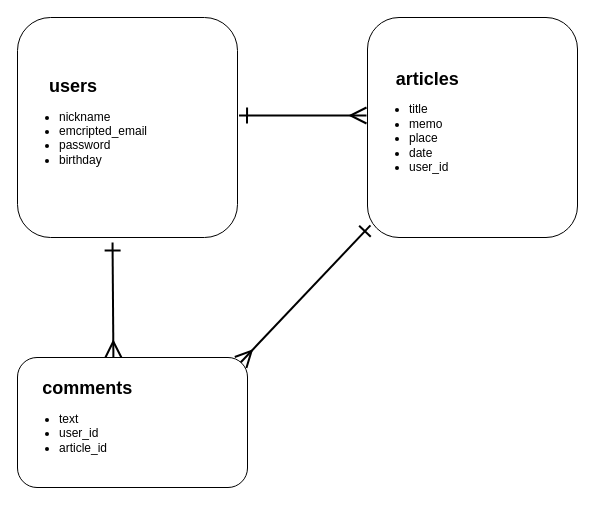
Before: ER.drawio in ariyawala/footprints, a draw.io diagram. Source tidied: cells renumbered, new cells numbered last; positions are measured from the earlier drawing's top-left corner, leaving out a move shared by most shapes. Both pictures are drawn from the tidied source at 100%, with x=0, y=0 at pixel (17, 17).
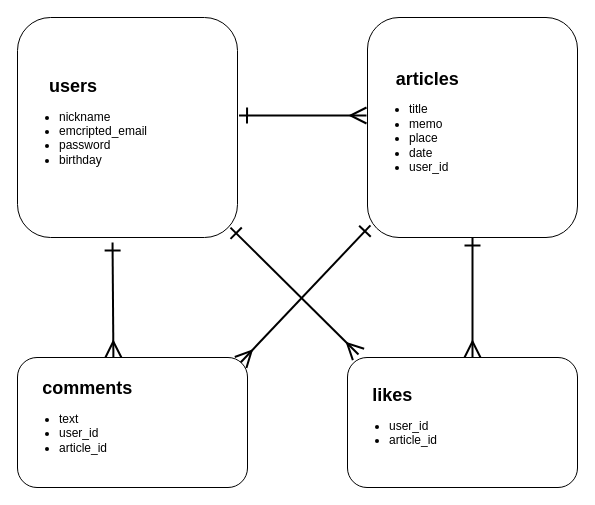
The same page after the edit.

The edit, as a diff of the source:
```diff
@@
 <mxGraphModel>
   <root>
     <mxCell id="0" />
     <mxCell id="1" parent="0" />
     <mxCell id="2" value="&amp;nbsp; &amp;nbsp; &amp;nbsp; &amp;nbsp; &amp;nbsp;&lt;b&gt;&lt;font style=&quot;font-size: 18px&quot;&gt;users&lt;/font&gt;&lt;/b&gt;&lt;br&gt;&lt;ul&gt;&lt;li&gt;nickname&lt;/li&gt;&lt;li&gt;emcripted_email&lt;/li&gt;&lt;li&gt;password&lt;/li&gt;&lt;li&gt;birthday&lt;/li&gt;&lt;/ul&gt;" style="rounded=1;whiteSpace=wrap;html=1;align=left;" parent="1" vertex="1">
       <mxGeometry width="220" height="220" as="geometry" />
     </mxCell>
     <mxCell id="3" value="&amp;nbsp; &amp;nbsp; &amp;nbsp; &amp;nbsp; &lt;b&gt;&lt;font style=&quot;font-size: 18px&quot;&gt;articles&lt;br&gt;&lt;/font&gt;&lt;/b&gt;&lt;ul&gt;&lt;li&gt;title&lt;/li&gt;&lt;li&gt;memo&lt;/li&gt;&lt;li&gt;place&lt;/li&gt;&lt;li&gt;date&lt;/li&gt;&lt;li&gt;user_id&lt;/li&gt;&lt;/ul&gt;" style="rounded=1;whiteSpace=wrap;html=1;align=left;" parent="1" vertex="1">
       <mxGeometry x="350" width="210" height="220" as="geometry" />
     </mxCell>
     <mxCell id="4" style="endArrow=ERmany;html=1;exitX=1.007;exitY=0.445;exitDx=0;exitDy=0;exitPerimeter=0;endFill=0;startArrow=ERone;startFill=0;strokeWidth=2;endSize=13;startSize=13;" parent="1" edge="1" source="2">
       <mxGeometry relative="1" as="geometry">
         <mxPoint x="349" y="98" as="targetPoint" />
       </mxGeometry>
     </mxCell>
     <mxCell id="5" style="edgeStyle=orthogonalEdgeStyle;rounded=0;orthogonalLoop=1;jettySize=auto;html=1;exitX=0.5;exitY=1;exitDx=0;exitDy=0;startArrow=ERone;startFill=0;endArrow=ERone;endFill=0;strokeWidth=3;" parent="1" edge="1" source="3" target="3">
       <mxGeometry relative="1" as="geometry" />
     </mxCell>
     <mxCell id="6" style="endArrow=ERmany;html=1;startArrow=ERone;startFill=0;endFill=0;strokeWidth=2;targetPerimeterSpacing=0;endSize=13;startSize=13;exitX=0.014;exitY=0.945;exitDx=0;exitDy=0;exitPerimeter=0;entryX=0.97;entryY=0.038;entryDx=0;entryDy=0;entryPerimeter=0;" parent="1" edge="1" source="3" target="7">
       <mxGeometry relative="1" as="geometry" />
     </mxCell>
     <mxCell id="7" value="&lt;span&gt;&amp;nbsp; &amp;nbsp; &amp;nbsp; &amp;nbsp;&lt;/span&gt;&lt;b&gt;&lt;font style=&quot;font-size: 18px&quot;&gt;comments&lt;br&gt;&lt;/font&gt;&lt;/b&gt;&lt;ul&gt;&lt;li&gt;text&lt;/li&gt;&lt;li&gt;user_id&lt;/li&gt;&lt;li&gt;article_id&lt;/li&gt;&lt;/ul&gt;" style="rounded=1;whiteSpace=wrap;html=1;align=left;" parent="1" vertex="1">
       <mxGeometry y="340" width="230" height="130" as="geometry" />
     </mxCell>
     <mxCell id="8" style="endArrow=ERmany;html=1;startArrow=ERone;startFill=0;endFill=0;strokeWidth=2;targetPerimeterSpacing=0;endSize=13;startSize=13;exitX=0.432;exitY=1.023;exitDx=0;exitDy=0;exitPerimeter=0;entryX=0.417;entryY=0;entryDx=0;entryDy=0;entryPerimeter=0;" parent="1" edge="1" source="2" target="7">
       <mxGeometry relative="1" as="geometry" />
     </mxCell>
+    <mxCell id="9" value="&lt;span&gt;&amp;nbsp; &amp;nbsp; &amp;nbsp; &amp;nbsp;&lt;/span&gt;&lt;b&gt;&lt;font style=&quot;font-size: 18px&quot;&gt;likes&lt;br&gt;&lt;/font&gt;&lt;/b&gt;&lt;ul&gt;&lt;li&gt;user_id&lt;/li&gt;&lt;li&gt;article_id&lt;/li&gt;&lt;/ul&gt;" style="rounded=1;whiteSpace=wrap;html=1;align=left;" parent="1" vertex="1">
+      <mxGeometry x="330" y="340" width="230" height="130" as="geometry" />
+    </mxCell>
+    <mxCell id="10" style="endArrow=ERmany;html=1;exitX=0.968;exitY=0.955;exitDx=0;exitDy=0;exitPerimeter=0;strokeWidth=2;startArrow=ERone;startFill=0;endFill=0;endSize=13;startSize=13;" parent="1" edge="1" source="2">
+      <mxGeometry relative="1" as="geometry">
+        <mxPoint x="341" y="337" as="targetPoint" />
+      </mxGeometry>
+    </mxCell>
+    <mxCell id="11" style="endArrow=ERone;html=1;strokeWidth=2;entryX=0.5;entryY=1;entryDx=0;entryDy=0;startArrow=ERmany;startFill=0;endFill=0;endSize=13;startSize=13;" parent="1" edge="1" target="3">
+      <mxGeometry relative="1" as="geometry">
+        <mxPoint x="455" y="340" as="sourcePoint" />
+      </mxGeometry>
+    </mxCell>
   </root>
 </mxGraphModel>
```
